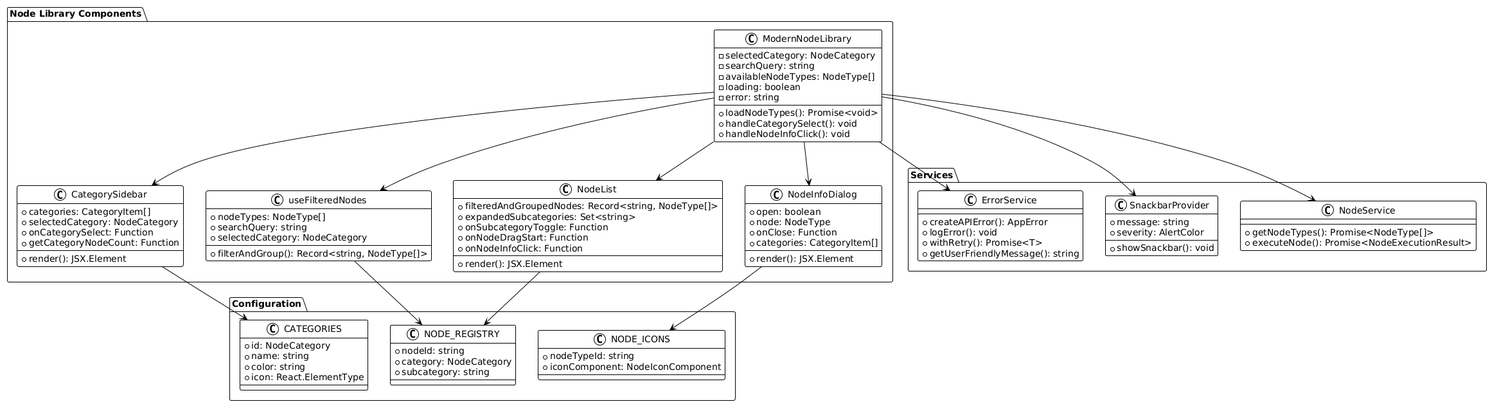
The PlantUML diagram Doc/NodeLibraryClass.png in amirman-m/flowbuilderInstagram, before a commit.
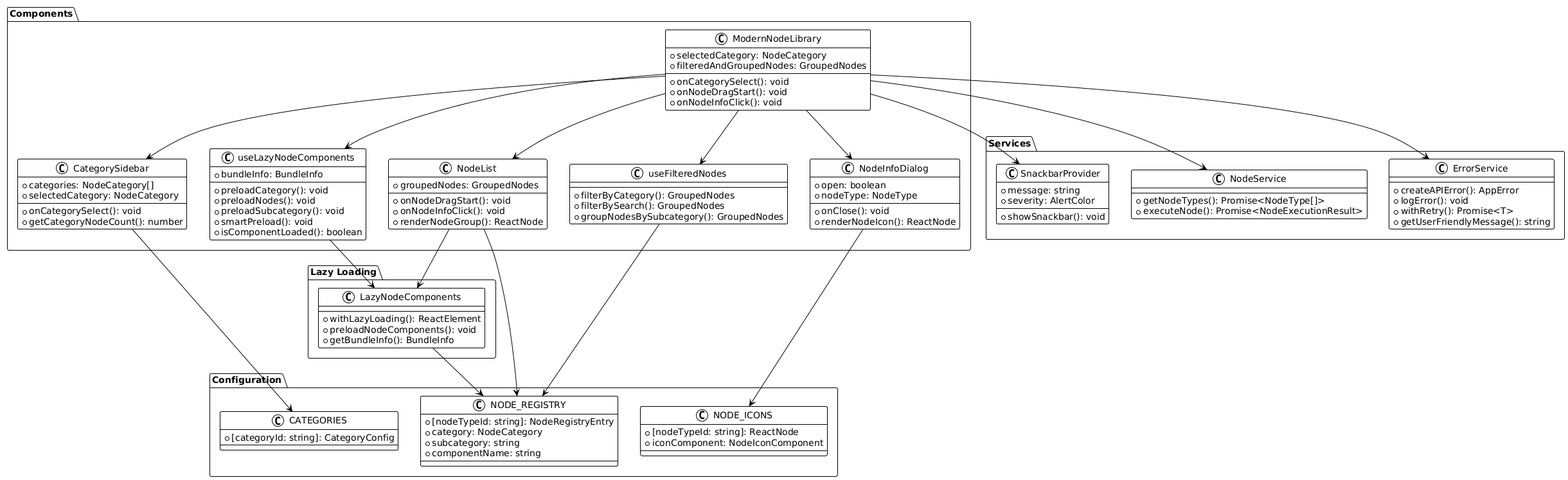
Above is the later version.

What changed in the source:
```diff
@@ -1,67 +1,74 @@
 @startuml
 !theme plain
 
-package "Node Library Components" {
+package "Components" {
   class ModernNodeLibrary {
-    -selectedCategory: NodeCategory
-    -searchQuery: string
-    -availableNodeTypes: NodeType[]
-    -loading: boolean
-    -error: string
-    +loadNodeTypes(): Promise<void>
-    +handleCategorySelect(): void
-    +handleNodeInfoClick(): void
+    +selectedCategory: NodeCategory
+    +filteredAndGroupedNodes: GroupedNodes
+    +onCategorySelect(): void
+    +onNodeDragStart(): void
+    +onNodeInfoClick(): void
   }
 
   class CategorySidebar {
-    +categories: CategoryItem[]
+    +categories: NodeCategory[]
     +selectedCategory: NodeCategory
-    +onCategorySelect: Function
-    +getCategoryNodeCount: Function
-    +render(): JSX.Element
+    +onCategorySelect(): void
+    +getCategoryNodeCount(): number
   }
 
   class NodeList {
-    +filteredAndGroupedNodes: Record<string, NodeType[]>
-    +expandedSubcategories: Set<string>
-    +onSubcategoryToggle: Function
-    +onNodeDragStart: Function
-    +onNodeInfoClick: Function
-    +render(): JSX.Element
+    +groupedNodes: GroupedNodes
+    +onNodeDragStart(): void
+    +onNodeInfoClick(): void
+    +renderNodeGroup(): ReactNode
   }
 
   class NodeInfoDialog {
     +open: boolean
-    +node: NodeType
-    +onClose: Function
-    +categories: CategoryItem[]
-    +render(): JSX.Element
+    +nodeType: NodeType
+    +onClose(): void
+    +renderNodeIcon(): ReactNode
   }
 
   class useFilteredNodes {
-    +nodeTypes: NodeType[]
-    +searchQuery: string
-    +selectedCategory: NodeCategory
-    +filterAndGroup(): Record<string, NodeType[]>
+    +filterByCategory(): GroupedNodes
+    +filterBySearch(): GroupedNodes
+    +groupNodesBySubcategory(): GroupedNodes
+  }
+
+  class useLazyNodeComponents {
+    +preloadCategory(): void
+    +preloadNodes(): void
+    +preloadSubcategory(): void
+    +smartPreload(): void
+    +isComponentLoaded(): boolean
+    +bundleInfo: BundleInfo
+  }
+}
+
+package "Lazy Loading" {
+  class LazyNodeComponents {
+    +withLazyLoading(): ReactElement
+    +preloadNodeComponents(): void
+    +getBundleInfo(): BundleInfo
   }
 }
 
 package "Configuration" {
   class NODE_REGISTRY {
-    +nodeId: string
+    +[nodeTypeId: string]: NodeRegistryEntry
     +category: NodeCategory
     +subcategory: string
+    +componentName: string
   }
 
   class CATEGORIES {
-    +id: NodeCategory
-    +name: string
-    +color: string
-    +icon: React.ElementType
+    +[categoryId: string]: CategoryConfig
   }
 
   class NODE_ICONS {
-    +nodeTypeId: string
+    +[nodeTypeId: string]: ReactNode
     +iconComponent: NodeIconComponent
   }
 }
@@ -90,13 +97,18 @@
 ModernNodeLibrary --> NodeList
 ModernNodeLibrary --> NodeInfoDialog
 ModernNodeLibrary --> useFilteredNodes
+ModernNodeLibrary --> useLazyNodeComponents
 ModernNodeLibrary --> NodeService
 ModernNodeLibrary --> ErrorService
 ModernNodeLibrary --> SnackbarProvider
 
 NodeList --> NODE_REGISTRY
+NodeList --> LazyNodeComponents
 CategorySidebar --> CATEGORIES
 NodeInfoDialog --> NODE_ICONS
 
+useLazyNodeComponents --> LazyNodeComponents
+LazyNodeComponents --> NODE_REGISTRY
+
 useFilteredNodes --> NODE_REGISTRY
 @enduml
```
